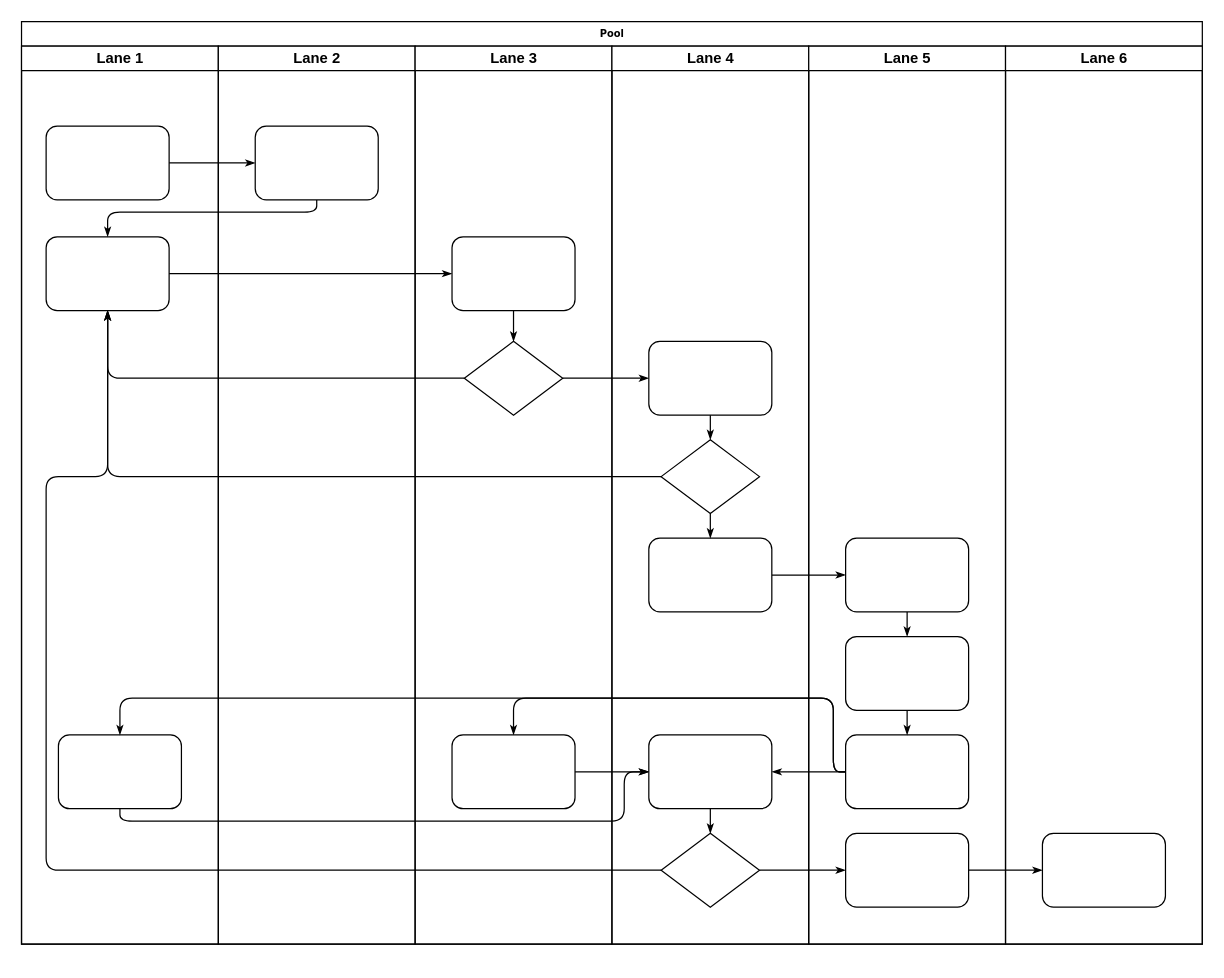
This is Untitled Diagram.drawio from gonzalezibanez/gonzalezibanez.github.io, a draw.io file, before an edit. Source tidied: cells renumbered, new cells numbered last; positions are measured from the earlier drawing's top-left corner, leaving out a move shared by most shapes. Both pictures are drawn from the tidied source at 123%, with x=0, y=0 at pixel (21, 21).
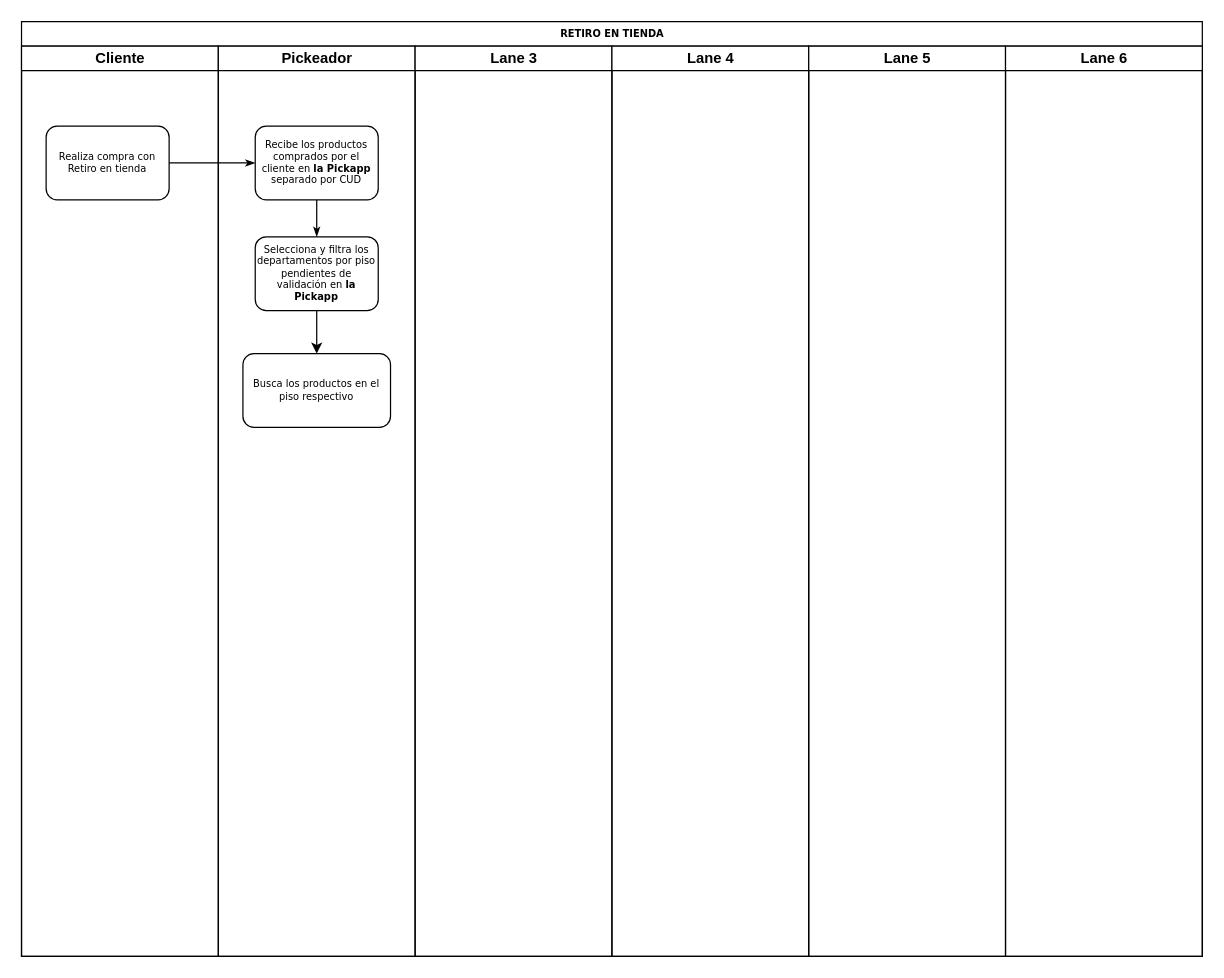
After the change.

Commit message:
Retiro en tienda

Change to the diagram source:
```diff
@@
-    <mxCell id="2" value="Pool" style="swimlane;html=1;startSize=20;rounded=0;shadow=0;labelBackgroundColor=none;strokeWidth=1;fontFamily=Verdana;fontSize=8;align=center;" parent="1" vertex="1">
-      <mxGeometry width="960" height="750" as="geometry" />
+    <mxCell id="2" value="RETIRO EN TIENDA" style="swimlane;html=1;startSize=20;rounded=0;shadow=0;labelBackgroundColor=none;strokeWidth=1;fontFamily=Verdana;fontSize=8;align=center;" parent="1" vertex="1">
+      <mxGeometry width="960" height="760" as="geometry" />
     </mxCell>
-    <mxCell id="3" value="Lane 1" style="swimlane;html=1;startSize=20;" parent="2" vertex="1">
-      <mxGeometry y="20" width="160" height="730" as="geometry" />
+    <mxCell id="3" value="Cliente" style="swimlane;html=1;startSize=20;" parent="2" vertex="1">
+      <mxGeometry y="20" width="160" height="740" as="geometry" />
     </mxCell>
-    <mxCell id="4" style="rounded=1;whiteSpace=wrap;html=1;shadow=0;labelBackgroundColor=none;strokeWidth=1;fontFamily=Verdana;fontSize=8;align=center;" parent="3" vertex="1">
+    <mxCell id="4" value="Realiza compra con Retiro en tienda" style="rounded=1;whiteSpace=wrap;html=1;shadow=0;labelBackgroundColor=none;strokeWidth=1;fontFamily=Verdana;fontSize=8;align=center;" parent="3" vertex="1">
       <mxGeometry x="20" y="65" width="100" height="60" as="geometry" />
     </mxCell>
+    <mxCell id="7" style="edgeStyle=orthogonalEdgeStyle;rounded=1;html=1;labelBackgroundColor=none;startArrow=none;startFill=0;startSize=5;endArrow=classicThin;endFill=1;endSize=5;jettySize=auto;strokeWidth=1;fontFamily=Verdana;fontSize=8;" parent="2" edge="1" source="4" target="23">
+      <mxGeometry relative="1" as="geometry" />
+    </mxCell>
+    <mxCell id="22" value="Pickeador" style="swimlane;html=1;startSize=20;" parent="2" vertex="1">
+      <mxGeometry x="160" y="20" width="160" height="740" as="geometry" />
+    </mxCell>
-    <mxCell id="5" style="rounded=1;whiteSpace=wrap;html=1;shadow=0;labelBackgroundColor=none;strokeWidth=1;fontFamily=Verdana;fontSize=8;align=center;" parent="3" vertex="1">
-      <mxGeometry x="20" y="155" width="100" height="60" as="geometry" />
+    <mxCell id="5" value="Selecciona y filtra los departamentos por piso pendientes de validación en &lt;b&gt;la Pickapp&lt;/b&gt;" style="rounded=1;whiteSpace=wrap;html=1;shadow=0;labelBackgroundColor=none;strokeWidth=1;fontFamily=Verdana;fontSize=8;align=center;" parent="22" vertex="1">
+      <mxGeometry x="30" y="155" width="100" height="60" as="geometry" />
     </mxCell>
-    <mxCell id="6" style="rounded=1;whiteSpace=wrap;html=1;shadow=0;labelBackgroundColor=none;strokeWidth=1;fontFamily=Verdana;fontSize=8;align=center;" parent="3" vertex="1">
-      <mxGeometry x="30" y="560" width="100" height="60" as="geometry" />
-    </mxCell>
-    <mxCell id="7" style="edgeStyle=orthogonalEdgeStyle;rounded=1;html=1;labelBackgroundColor=none;startArrow=none;startFill=0;startSize=5;endArrow=classicThin;endFill=1;endSize=5;jettySize=auto;strokeWidth=1;fontFamily=Verdana;fontSize=8;" parent="2" edge="1" source="4" target="23">
-      <mxGeometry relative="1" as="geometry" />
-    </mxCell>
+    <mxCell id="23" value="Recibe los productos comprados por el cliente en &lt;b&gt;la Pickapp&lt;/b&gt; separado por CUD" style="rounded=1;whiteSpace=wrap;html=1;shadow=0;labelBackgroundColor=none;strokeWidth=1;fontFamily=Verdana;fontSize=8;align=center;" parent="22" vertex="1">
+      <mxGeometry x="30" y="65" width="100" height="60" as="geometry" />
+    </mxCell>
-    <mxCell id="8" style="edgeStyle=orthogonalEdgeStyle;rounded=1;html=1;labelBackgroundColor=none;startArrow=none;startFill=0;startSize=5;endArrow=classicThin;endFill=1;endSize=5;jettySize=auto;strokeWidth=1;fontFamily=Verdana;fontSize=8;" parent="2" edge="1" source="23" target="5">
+    <mxCell id="8" style="edgeStyle=orthogonalEdgeStyle;rounded=1;html=1;labelBackgroundColor=none;startArrow=none;startFill=0;startSize=5;endArrow=classicThin;endFill=1;endSize=5;jettySize=auto;strokeWidth=1;fontFamily=Verdana;fontSize=8;" parent="22" edge="1" source="23" target="5">
       <mxGeometry relative="1" as="geometry">
         <Array as="points">
-          <mxPoint x="240" y="155" />
-          <mxPoint x="70" y="155" />
+          <mxPoint x="80" y="140" />
+          <mxPoint x="80" y="140" />
         </Array>
       </mxGeometry>
     </mxCell>
-    <mxCell id="9" style="edgeStyle=orthogonalEdgeStyle;rounded=1;html=1;labelBackgroundColor=none;startArrow=none;startFill=0;startSize=5;endArrow=classicThin;endFill=1;endSize=5;jettySize=auto;strokeWidth=1;fontFamily=Verdana;fontSize=8;" parent="2" edge="1" source="5" target="25">
-      <mxGeometry relative="1" as="geometry" />
-    </mxCell>
-    <mxCell id="10" style="edgeStyle=orthogonalEdgeStyle;rounded=1;html=1;labelBackgroundColor=none;startArrow=none;startFill=0;startSize=5;endArrow=classicThin;endFill=1;endSize=5;jettySize=auto;strokeWidth=1;fontFamily=Verdana;fontSize=8;" parent="2" edge="1" source="26" target="5">
-      <mxGeometry relative="1" as="geometry" />
-    </mxCell>
-    <mxCell id="11" style="edgeStyle=orthogonalEdgeStyle;rounded=1;html=1;labelBackgroundColor=none;startArrow=none;startFill=0;startSize=5;endArrow=classicThin;endFill=1;endSize=5;jettySize=auto;strokeWidth=1;fontFamily=Verdana;fontSize=8;" parent="2" edge="1" source="31" target="5">
-      <mxGeometry relative="1" as="geometry" />
-    </mxCell>
-    <mxCell id="12" style="edgeStyle=orthogonalEdgeStyle;rounded=1;html=1;labelBackgroundColor=none;startArrow=none;startFill=0;startSize=5;endArrow=classicThin;endFill=1;endSize=5;jettySize=auto;strokeWidth=1;fontFamily=Verdana;fontSize=8;" parent="2" edge="1" source="34" target="5">
-      <mxGeometry relative="1" as="geometry">
-        <Array as="points">
-          <mxPoint x="20" y="690" />
-          <mxPoint x="20" y="370" />
-          <mxPoint x="70" y="370" />
-        </Array>
-      </mxGeometry>
-    </mxCell>
-    <mxCell id="13" style="edgeStyle=orthogonalEdgeStyle;rounded=1;html=1;labelBackgroundColor=none;startArrow=none;startFill=0;startSize=5;endArrow=classicThin;endFill=1;endSize=5;jettySize=auto;strokeWidth=1;fontFamily=Verdana;fontSize=8;" parent="2" edge="1" source="26" target="30">
-      <mxGeometry relative="1" as="geometry" />
-    </mxCell>
-    <mxCell id="14" style="edgeStyle=orthogonalEdgeStyle;rounded=1;html=1;labelBackgroundColor=none;startArrow=none;startFill=0;startSize=5;endArrow=classicThin;endFill=1;endSize=5;jettySize=auto;strokeWidth=1;fontFamily=Verdana;fontSize=8;" parent="2" edge="1" source="34" target="42">
-      <mxGeometry relative="1" as="geometry" />
-    </mxCell>
-    <mxCell id="15" style="edgeStyle=orthogonalEdgeStyle;rounded=1;html=1;labelBackgroundColor=none;startArrow=none;startFill=0;startSize=5;endArrow=classicThin;endFill=1;endSize=5;jettySize=auto;strokeWidth=1;fontFamily=Verdana;fontSize=8;" parent="2" edge="1" source="42" target="46">
-      <mxGeometry relative="1" as="geometry" />
-    </mxCell>
-    <mxCell id="16" style="edgeStyle=orthogonalEdgeStyle;rounded=1;html=1;labelBackgroundColor=none;startArrow=none;startFill=0;startSize=5;endArrow=classicThin;endFill=1;endSize=5;jettySize=auto;strokeWidth=1;fontFamily=Verdana;fontSize=8;" parent="2" edge="1" source="32" target="39">
-      <mxGeometry relative="1" as="geometry" />
-    </mxCell>
-    <mxCell id="17" style="edgeStyle=orthogonalEdgeStyle;rounded=1;html=1;labelBackgroundColor=none;startArrow=none;startFill=0;startSize=5;endArrow=classicThin;endFill=1;endSize=5;jettySize=auto;strokeWidth=1;fontFamily=Verdana;fontSize=8;" parent="2" edge="1" source="41" target="27">
-      <mxGeometry relative="1" as="geometry">
-        <Array as="points">
-          <mxPoint x="660" y="610" />
-          <mxPoint x="660" y="550" />
-          <mxPoint x="400" y="550" />
-        </Array>
-      </mxGeometry>
-    </mxCell>
-    <mxCell id="18" style="edgeStyle=orthogonalEdgeStyle;rounded=1;html=1;labelBackgroundColor=none;startArrow=none;startFill=0;startSize=5;endArrow=classicThin;endFill=1;endSize=5;jettySize=auto;strokeColor=#000000;strokeWidth=1;fontFamily=Verdana;fontSize=8;fontColor=#000000;" parent="2" edge="1" source="41" target="33">
-      <mxGeometry relative="1" as="geometry" />
-    </mxCell>
-    <mxCell id="19" style="edgeStyle=orthogonalEdgeStyle;rounded=1;html=1;labelBackgroundColor=none;startArrow=none;startFill=0;startSize=5;endArrow=classicThin;endFill=1;endSize=5;jettySize=auto;strokeWidth=1;fontFamily=Verdana;fontSize=8;" parent="2" edge="1" source="41" target="6">
-      <mxGeometry relative="1" as="geometry">
-        <Array as="points">
-          <mxPoint x="660" y="610" />
-          <mxPoint x="660" y="550" />
-          <mxPoint x="80" y="550" />
-        </Array>
-      </mxGeometry>
-    </mxCell>
-    <mxCell id="20" style="edgeStyle=orthogonalEdgeStyle;rounded=1;html=1;labelBackgroundColor=none;startArrow=none;startFill=0;startSize=5;endArrow=classicThin;endFill=1;endSize=5;jettySize=auto;strokeWidth=1;fontFamily=Verdana;fontSize=8;" parent="2" edge="1" source="6" target="33">
-      <mxGeometry relative="1" as="geometry">
-        <Array as="points">
-          <mxPoint x="80" y="650" />
-          <mxPoint x="490" y="650" />
-          <mxPoint x="490" y="610" />
-        </Array>
-      </mxGeometry>
-    </mxCell>
-    <mxCell id="21" style="edgeStyle=orthogonalEdgeStyle;rounded=1;html=1;labelBackgroundColor=none;startArrow=none;startFill=0;startSize=5;endArrow=classicThin;endFill=1;endSize=5;jettySize=auto;strokeWidth=1;fontFamily=Verdana;fontSize=8;" parent="2" edge="1" source="27" target="33">
-      <mxGeometry relative="1" as="geometry" />
-    </mxCell>
-    <mxCell id="22" value="Lane 2" style="swimlane;html=1;startSize=20;" parent="2" vertex="1">
-      <mxGeometry x="160" y="20" width="160" height="730" as="geometry" />
-    </mxCell>
-    <mxCell id="23" style="rounded=1;whiteSpace=wrap;html=1;shadow=0;labelBackgroundColor=none;strokeWidth=1;fontFamily=Verdana;fontSize=8;align=center;" parent="22" vertex="1">
-      <mxGeometry x="30" y="65" width="100" height="60" as="geometry" />
-    </mxCell>
+    <mxCell id="47" style="edgeStyle=orthogonalEdgeStyle;rounded=0;jettySize=auto;html=1;" parent="22" edge="1" source="5" target="48">
+      <mxGeometry relative="1" as="geometry" />
+    </mxCell>
+    <mxCell id="48" value="Busca los productos en el piso respectivo" style="whiteSpace=wrap;html=1;rounded=1;shadow=0;fontFamily=Verdana;fontSize=8;strokeWidth=1;" parent="22" vertex="1">
+      <mxGeometry x="20" y="250" width="120" height="60" as="geometry" />
+    </mxCell>
     <mxCell id="24" value="Lane 3" style="swimlane;html=1;startSize=20;" parent="2" vertex="1">
-      <mxGeometry x="320" y="20" width="160" height="730" as="geometry" />
+      <mxGeometry x="320" y="20" width="160" height="740" as="geometry" />
     </mxCell>
-    <mxCell id="25" style="rounded=1;whiteSpace=wrap;html=1;shadow=0;labelBackgroundColor=none;strokeWidth=1;fontFamily=Verdana;fontSize=8;align=center;" parent="24" vertex="1">
-      <mxGeometry x="30" y="155" width="100" height="60" as="geometry" />
-    </mxCell>
-    <mxCell id="26" style="rhombus;whiteSpace=wrap;html=1;rounded=0;shadow=0;labelBackgroundColor=none;strokeWidth=1;fontFamily=Verdana;fontSize=8;align=center;" parent="24" vertex="1">
-      <mxGeometry x="40" y="240" width="80" height="60" as="geometry" />
-    </mxCell>
-    <mxCell id="27" style="rounded=1;whiteSpace=wrap;html=1;shadow=0;labelBackgroundColor=none;strokeWidth=1;fontFamily=Verdana;fontSize=8;align=center;" parent="24" vertex="1">
-      <mxGeometry x="30" y="560" width="100" height="60" as="geometry" />
-    </mxCell>
-    <mxCell id="28" style="edgeStyle=orthogonalEdgeStyle;rounded=1;html=1;labelBackgroundColor=none;startArrow=none;startFill=0;startSize=5;endArrow=classicThin;endFill=1;endSize=5;jettySize=auto;strokeWidth=1;fontFamily=Verdana;fontSize=8;" parent="24" edge="1" source="25" target="26">
-      <mxGeometry relative="1" as="geometry" />
-    </mxCell>
     <mxCell id="29" value="Lane 4" style="swimlane;html=1;startSize=20;" parent="2" vertex="1">
-      <mxGeometry x="480" y="20" width="160" height="730" as="geometry" />
+      <mxGeometry x="480" y="20" width="160" height="740" as="geometry" />
     </mxCell>
-    <mxCell id="30" style="rounded=1;whiteSpace=wrap;html=1;shadow=0;labelBackgroundColor=none;strokeWidth=1;fontFamily=Verdana;fontSize=8;align=center;" parent="29" vertex="1">
-      <mxGeometry x="30" y="240" width="100" height="60" as="geometry" />
-    </mxCell>
-    <mxCell id="31" style="rhombus;whiteSpace=wrap;html=1;rounded=0;shadow=0;labelBackgroundColor=none;strokeWidth=1;fontFamily=Verdana;fontSize=8;align=center;" parent="29" vertex="1">
-      <mxGeometry x="40" y="320" width="80" height="60" as="geometry" />
-    </mxCell>
-    <mxCell id="32" style="rounded=1;whiteSpace=wrap;html=1;shadow=0;labelBackgroundColor=none;strokeWidth=1;fontFamily=Verdana;fontSize=8;align=center;" parent="29" vertex="1">
-      <mxGeometry x="30" y="400" width="100" height="60" as="geometry" />
-    </mxCell>
-    <mxCell id="33" style="rounded=1;whiteSpace=wrap;html=1;shadow=0;labelBackgroundColor=none;strokeWidth=1;fontFamily=Verdana;fontSize=8;align=center;" parent="29" vertex="1">
-      <mxGeometry x="30" y="560" width="100" height="60" as="geometry" />
-    </mxCell>
-    <mxCell id="34" style="rhombus;whiteSpace=wrap;html=1;rounded=0;shadow=0;labelBackgroundColor=none;strokeWidth=1;fontFamily=Verdana;fontSize=8;align=center;" parent="29" vertex="1">
-      <mxGeometry x="40" y="640" width="80" height="60" as="geometry" />
-    </mxCell>
-    <mxCell id="35" style="edgeStyle=orthogonalEdgeStyle;rounded=1;html=1;labelBackgroundColor=none;startArrow=none;startFill=0;startSize=5;endArrow=classicThin;endFill=1;endSize=5;jettySize=auto;strokeColor=#000000;strokeWidth=1;fontFamily=Verdana;fontSize=8;fontColor=#000000;" parent="29" edge="1" source="30" target="31">
-      <mxGeometry relative="1" as="geometry" />
-    </mxCell>
-    <mxCell id="36" style="edgeStyle=orthogonalEdgeStyle;rounded=1;html=1;labelBackgroundColor=none;startArrow=none;startFill=0;startSize=5;endArrow=classicThin;endFill=1;endSize=5;jettySize=auto;strokeWidth=1;fontFamily=Verdana;fontSize=8;" parent="29" edge="1" source="31" target="32">
-      <mxGeometry relative="1" as="geometry" />
-    </mxCell>
-    <mxCell id="37" style="edgeStyle=orthogonalEdgeStyle;rounded=1;html=1;labelBackgroundColor=none;startArrow=none;startFill=0;startSize=5;endArrow=classicThin;endFill=1;endSize=5;jettySize=auto;strokeWidth=1;fontFamily=Verdana;fontSize=8;" parent="29" edge="1" source="33" target="34">
-      <mxGeometry relative="1" as="geometry" />
-    </mxCell>
     <mxCell id="38" value="Lane 5" style="swimlane;html=1;startSize=20;" parent="2" vertex="1">
-      <mxGeometry x="640" y="20" width="160" height="730" as="geometry" />
+      <mxGeometry x="640" y="20" width="160" height="740" as="geometry" />
     </mxCell>
-    <mxCell id="39" style="rounded=1;whiteSpace=wrap;html=1;shadow=0;labelBackgroundColor=none;strokeWidth=1;fontFamily=Verdana;fontSize=8;align=center;" parent="38" vertex="1">
-      <mxGeometry x="30" y="400" width="100" height="60" as="geometry" />
-    </mxCell>
-    <mxCell id="40" style="rounded=1;whiteSpace=wrap;html=1;shadow=0;labelBackgroundColor=none;strokeWidth=1;fontFamily=Verdana;fontSize=8;align=center;" parent="38" vertex="1">
-      <mxGeometry x="30" y="480" width="100" height="60" as="geometry" />
-    </mxCell>
-    <mxCell id="41" style="rounded=1;whiteSpace=wrap;html=1;shadow=0;labelBackgroundColor=none;strokeWidth=1;fontFamily=Verdana;fontSize=8;align=center;" parent="38" vertex="1">
-      <mxGeometry x="30" y="560" width="100" height="60" as="geometry" />
-    </mxCell>
-    <mxCell id="42" style="rounded=1;whiteSpace=wrap;html=1;shadow=0;labelBackgroundColor=none;strokeWidth=1;fontFamily=Verdana;fontSize=8;align=center;" parent="38" vertex="1">
-      <mxGeometry x="30" y="640" width="100" height="60" as="geometry" />
-    </mxCell>
-    <mxCell id="43" style="edgeStyle=orthogonalEdgeStyle;rounded=1;html=1;labelBackgroundColor=none;startArrow=none;startFill=0;startSize=5;endArrow=classicThin;endFill=1;endSize=5;jettySize=auto;strokeWidth=1;fontFamily=Verdana;fontSize=8;" parent="38" edge="1" source="39" target="40">
-      <mxGeometry relative="1" as="geometry" />
-    </mxCell>
-    <mxCell id="44" style="edgeStyle=orthogonalEdgeStyle;rounded=1;html=1;labelBackgroundColor=none;startArrow=none;startFill=0;startSize=5;endArrow=classicThin;endFill=1;endSize=5;jettySize=auto;strokeWidth=1;fontFamily=Verdana;fontSize=8;" parent="38" edge="1" source="40" target="41">
-      <mxGeometry relative="1" as="geometry" />
-    </mxCell>
     <mxCell id="45" value="Lane 6" style="swimlane;html=1;startSize=20;" parent="2" vertex="1">
-      <mxGeometry x="800" y="20" width="160" height="730" as="geometry" />
+      <mxGeometry x="800" y="20" width="160" height="740" as="geometry" />
     </mxCell>
-    <mxCell id="46" style="rounded=1;whiteSpace=wrap;html=1;shadow=0;labelBackgroundColor=none;strokeWidth=1;fontFamily=Verdana;fontSize=8;align=center;" parent="45" vertex="1">
-      <mxGeometry x="30" y="640" width="100" height="60" as="geometry" />
-    </mxCell>
```
